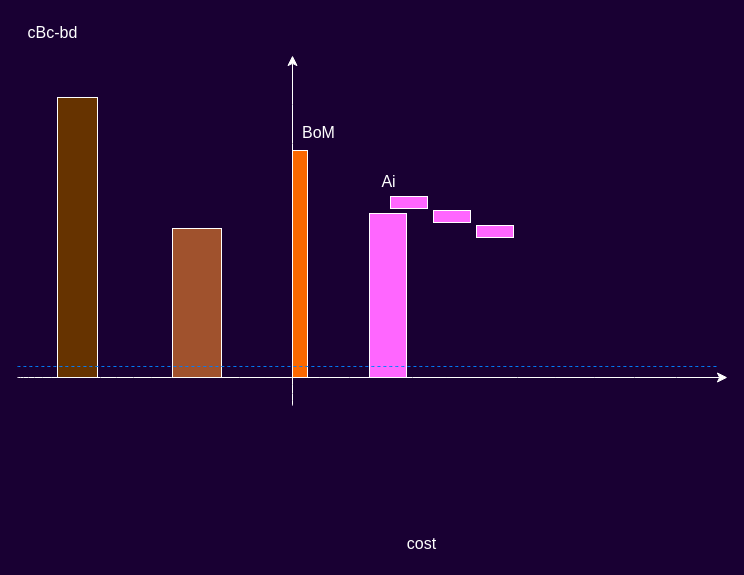
Above: Untitled Diagram.drawio in ioicoin/diagram (draw.io), before the change. Source tidied: cells renumbered, new cells numbered last; positions are measured from the earlier drawing's top-left corner, leaving out a move shared by most shapes. Both pictures are drawn from the tidied source at 100%, with x=0, y=0 at pixel (17, 17).
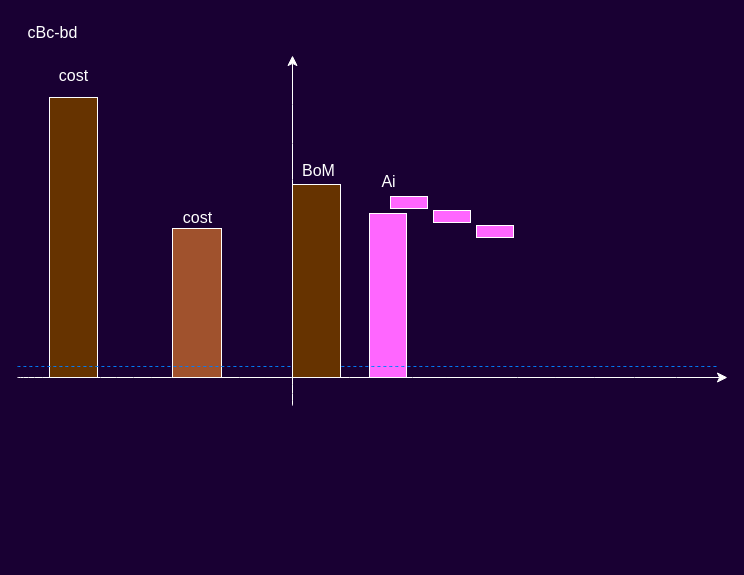
After the change.

Diff of the diagram source:
```diff
@@
 <mxGraphModel background="#190033">
   <root>
     <mxCell id="0" />
     <mxCell id="1" parent="0" />
     <mxCell id="2" style="rounded=0;whiteSpace=wrap;html=1;fontSize=16;fillColor=#FF66FF;strokeColor=#FFFFFF;" parent="1" vertex="1">
       <mxGeometry x="352" y="196" width="37" height="164" as="geometry" />
     </mxCell>
-    <mxCell id="3" style="whiteSpace=wrap;html=1;fontSize=16;fillColor=#fa6800;fontColor=#000000;strokeColor=#FFFFFF;" parent="1" vertex="1">
-      <mxGeometry x="275" y="133" width="15" height="227" as="geometry" />
-    </mxCell>
     <mxCell id="4" value="cBc-bd" style="text;html=1;align=center;verticalAlign=middle;strokeColor=none;fillColor=none;fontSize=16;fontColor=#FFFFFF;" parent="1" vertex="1">
       <mxGeometry width="70" height="30" as="geometry" />
     </mxCell>
     <mxCell id="5" style="rounded=0;whiteSpace=wrap;html=1;fontSize=16;fillColor=#663300;strokeColor=#FFFFFF;" parent="1" vertex="1">
-      <mxGeometry x="40" y="80" width="40" height="280" as="geometry" />
+      <mxGeometry x="32" y="80" width="48" height="280" as="geometry" />
     </mxCell>
     <mxCell id="6" style="endArrow=classic;html=1;rounded=0;fontSize=12;startSize=8;endSize=8;curved=1;strokeColor=#FFFFFF;" parent="1" edge="1">
       <mxGeometry relative="1" as="geometry">
         <mxPoint x="275" y="388" as="sourcePoint" />
         <mxPoint x="275" y="38" as="targetPoint" />
       </mxGeometry>
     </mxCell>
     <mxCell id="7" style="rounded=0;whiteSpace=wrap;html=1;fontSize=16;strokeColor=#FFFFFF;fillColor=#a0522d;fontColor=#ffffff;" parent="1" vertex="1">
       <mxGeometry x="155" y="211" width="49" height="149" as="geometry" />
     </mxCell>
     <mxCell id="8" style="endArrow=none;dashed=1;html=1;rounded=0;fontSize=12;startSize=8;endSize=8;curved=1;strokeColor=#007FFF;" parent="1" edge="1">
       <mxGeometry relative="1" as="geometry">
         <mxPoint y="349" as="sourcePoint" />
         <mxPoint x="701" y="349" as="targetPoint" />
       </mxGeometry>
     </mxCell>
     <mxCell id="9" style="endArrow=classic;html=1;rounded=0;fontSize=12;startSize=8;endSize=8;curved=1;strokeColor=#FFFFFF;" parent="1" edge="1">
       <mxGeometry relative="1" as="geometry">
         <mxPoint y="360" as="sourcePoint" />
         <mxPoint x="710" y="360" as="targetPoint" />
       </mxGeometry>
     </mxCell>
     <mxCell id="10" style="rounded=0;whiteSpace=wrap;html=1;fontSize=16;fillColor=#FF66FF;strokeColor=#FFFFFF;" parent="1" vertex="1">
       <mxGeometry x="373" y="179" width="37" height="12" as="geometry" />
     </mxCell>
     <mxCell id="11" style="rounded=0;whiteSpace=wrap;html=1;fontSize=16;fillColor=#FF66FF;strokeColor=#FFFFFF;" parent="1" vertex="1">
       <mxGeometry x="416" y="193" width="37" height="12" as="geometry" />
     </mxCell>
     <mxCell id="12" style="rounded=0;whiteSpace=wrap;html=1;fontSize=16;fillColor=#FF66FF;strokeColor=#FFFFFF;" parent="1" vertex="1">
       <mxGeometry x="459" y="208" width="37" height="12" as="geometry" />
     </mxCell>
     <mxCell id="13" value="&lt;font color=&quot;#ffffff&quot;&gt;Ai&lt;/font&gt;" style="text;html=1;align=center;verticalAlign=middle;strokeColor=none;fillColor=none;fontSize=16;" parent="1" vertex="1">
       <mxGeometry x="354.5" y="148" width="32" height="31" as="geometry" />
     </mxCell>
     <mxCell id="14" value="&lt;font color=&quot;#ffffff&quot;&gt;BoM&lt;/font&gt;" style="text;html=1;align=center;verticalAlign=middle;strokeColor=none;fillColor=none;fontSize=16;" parent="1" vertex="1">
-      <mxGeometry x="275" y="99" width="51" height="31" as="geometry" />
+      <mxGeometry x="275" y="137" width="51" height="31" as="geometry" />
     </mxCell>
     <mxCell id="15" value="&lt;font color=&quot;#ffffff&quot;&gt;cost&lt;/font&gt;" style="text;html=1;align=center;verticalAlign=middle;strokeColor=none;fillColor=none;fontSize=16;" parent="1" vertex="1">
-      <mxGeometry x="379.5" y="510" width="49" height="31" as="geometry" />
+      <mxGeometry x="155" y="184" width="49" height="31" as="geometry" />
     </mxCell>
+    <mxCell id="16" value="&lt;font color=&quot;#ffffff&quot;&gt;cost&lt;/font&gt;" style="text;html=1;align=center;verticalAlign=middle;strokeColor=none;fillColor=none;fontSize=16;" parent="1" vertex="1">
+      <mxGeometry x="31" y="42" width="49" height="31" as="geometry" />
+    </mxCell>
+    <mxCell id="17" style="rounded=0;whiteSpace=wrap;html=1;fontSize=16;fillColor=#663300;strokeColor=#FFFFFF;" parent="1" vertex="1">
+      <mxGeometry x="275" y="167" width="48" height="193" as="geometry" />
+    </mxCell>
   </root>
 </mxGraphModel>
```
